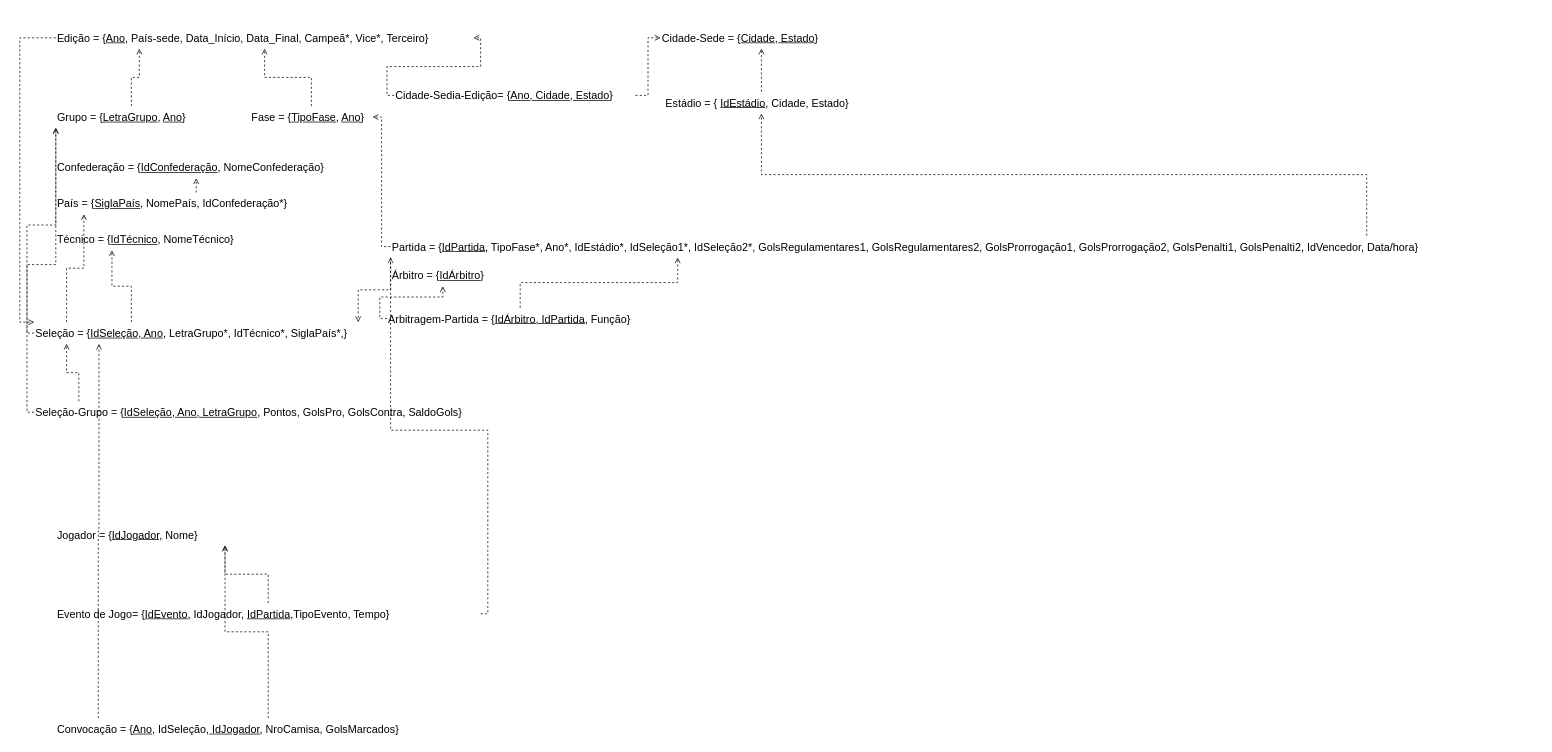
Before: diagramas/02.Relacional.drawio in GUUDIN/bd-copa-do-mundo, a draw.io diagram. Source tidied: cells renumbered, new cells numbered last; positions are measured from the earlier drawing's top-left corner, leaving out a move shared by most shapes. Both pictures are drawn from the tidied source at 72%, with x=0, y=0 at pixel (19, 27).
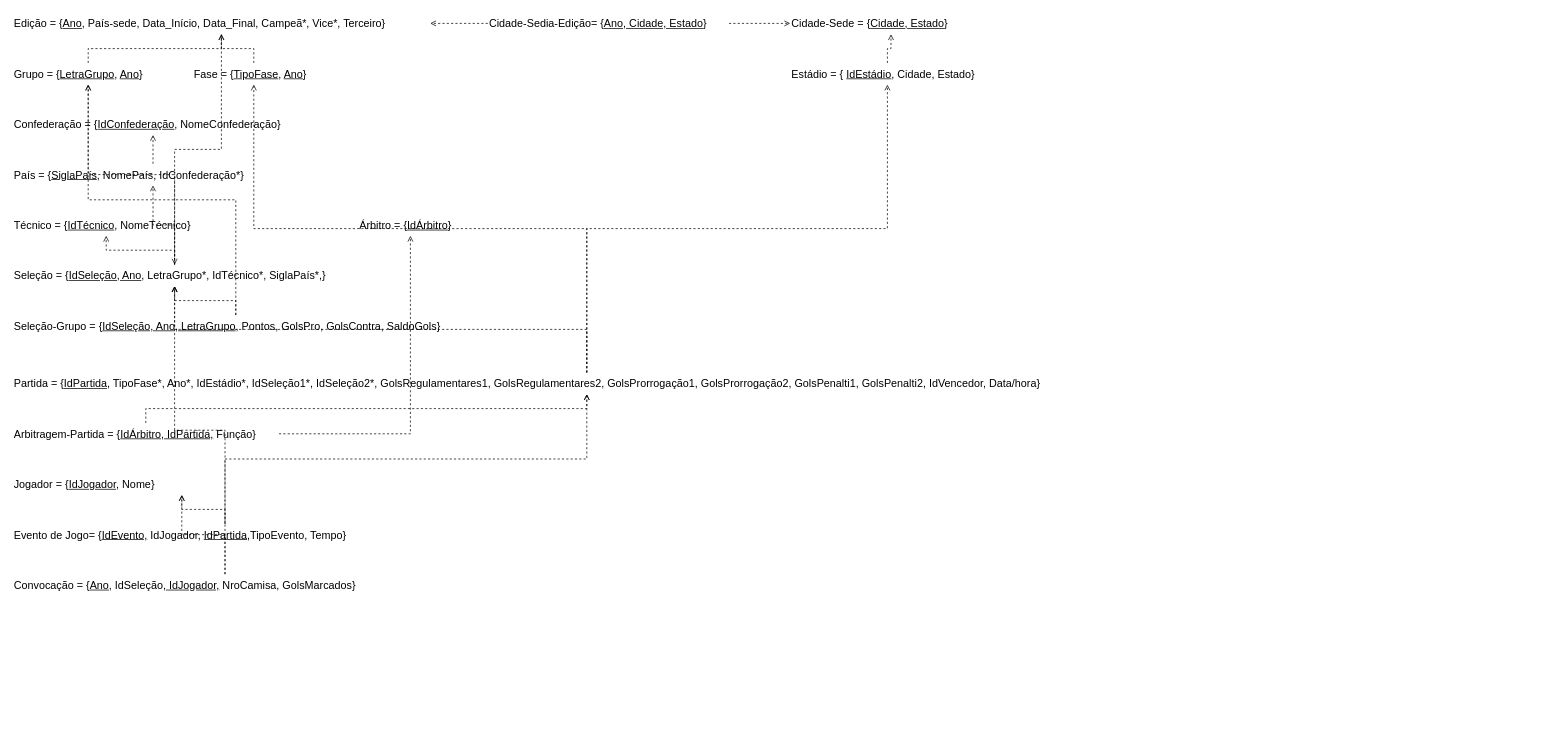
The same diagram, later.

Commit message:
fix: remove pontos de conexão fixos e reorganiza layout do modelo relacional

Layout limpo em 12 linhas horizontais:
- Linha 1: Edição | Cidade-Sedia-Edição | Cidade-Sede
- Linha 2: Grupo | Fase | Estádio
- Linha 3-7: Confederação → País → Técnico/Árbitro → Seleção → Seleção-Grupo
- Linha 8: Partida (tabela larga)
- Linha 9-12: Arbitragem-Partida → Jogador → Evento de Jogo → Convocação

Remove exitX/exitY/entryX/entryY das arestas — roteamento automático
garante consistência entre draw.io web e export PNG.

Diff of the diagram source:
```diff
@@
     <mxCell id="2" value="&lt;font style=&quot;font-size: 15px;&quot;&gt;Edição = {&lt;u&gt;Ano,&lt;/u&gt; País-sede, Data_Início, Data_Final, Campeã*, Vice*, Terceiro}&amp;nbsp;&lt;/font&gt;" style="text;html=1;whiteSpace=wrap;strokeColor=none;fillColor=none;align=left;verticalAlign=middle;rounded=0;fontFamily=Helvetica;fontSize=11;labelBackgroundColor=none;" parent="1" vertex="1">
-      <mxGeometry x="50" width="580" height="30" as="geometry" />
+      <mxGeometry x="-10" y="-20" width="580" height="30" as="geometry" />
     </mxCell>
+    <mxCell id="15" value="&lt;font style=&quot;font-size: 15px;&quot;&gt;Cidade-Sedia-Edição= {&lt;u&gt;Ano, Cidade, Estado&lt;/u&gt;}&amp;nbsp;&lt;/font&gt;" style="text;html=1;whiteSpace=wrap;strokeColor=none;fillColor=none;align=left;verticalAlign=middle;rounded=0;fontFamily=Helvetica;fontSize=11;labelBackgroundColor=none;" parent="1" vertex="1">
+      <mxGeometry x="650" y="-20" width="335" height="30" as="geometry" />
+    </mxCell>
     <mxCell id="3" value="&lt;font style=&quot;font-size: 15px;&quot;&gt;Cidade-Sede = {&lt;u&gt;Cidade, Estado&lt;/u&gt;}&amp;nbsp;&lt;/font&gt;" style="text;html=1;whiteSpace=wrap;strokeColor=none;fillColor=none;align=left;verticalAlign=middle;rounded=0;fontFamily=Helvetica;fontSize=11;labelBackgroundColor=none;" parent="1" vertex="1">
-      <mxGeometry x="890" width="280" height="30" as="geometry" />
+      <mxGeometry x="1070" y="-20" width="280" height="30" as="geometry" />
     </mxCell>
+    <mxCell id="6" value="&lt;font style=&quot;font-size: 15px;&quot;&gt;Grupo = {&lt;u&gt;LetraGrupo&lt;/u&gt;, &lt;u&gt;Ano&lt;/u&gt;}&amp;nbsp;&lt;/font&gt;" style="text;html=1;whiteSpace=wrap;strokeColor=none;fillColor=none;align=left;verticalAlign=middle;rounded=0;fontFamily=Helvetica;fontSize=11;labelBackgroundColor=none;" parent="1" vertex="1">
+      <mxGeometry x="-10" y="50" width="210" height="30" as="geometry" />
+    </mxCell>
+    <mxCell id="5" value="&lt;font style=&quot;font-size: 15px;&quot;&gt;Fase = {&lt;u&gt;TipoFase&lt;/u&gt;, &lt;u&gt;Ano&lt;/u&gt;}&amp;nbsp;&lt;/font&gt;" style="text;html=1;whiteSpace=wrap;strokeColor=none;fillColor=none;align=left;verticalAlign=middle;rounded=0;fontFamily=Helvetica;fontSize=11;labelBackgroundColor=none;" parent="1" vertex="1">
+      <mxGeometry x="240" y="50" width="170" height="30" as="geometry" />
+    </mxCell>
     <mxCell id="4" value="&lt;font style=&quot;font-size: 15px;&quot;&gt;Estádio = { &lt;u&gt;IdEstádio&lt;/u&gt;, Cidade, Estado}&lt;/font&gt;" style="text;html=1;whiteSpace=wrap;strokeColor=none;fillColor=none;align=left;verticalAlign=middle;rounded=0;fontFamily=Helvetica;fontSize=11;labelBackgroundColor=none;" parent="1" vertex="1">
-      <mxGeometry x="895" y="90" width="270" height="30" as="geometry" />
+      <mxGeometry x="1070" y="50" width="270" height="30" as="geometry" />
     </mxCell>
-    <mxCell id="5" value="&lt;font style=&quot;font-size: 15px;&quot;&gt;Fase = {&lt;u&gt;TipoFase&lt;/u&gt;, &lt;u&gt;Ano&lt;/u&gt;}&amp;nbsp;&lt;/font&gt;" style="text;html=1;whiteSpace=wrap;strokeColor=none;fillColor=none;align=left;verticalAlign=middle;rounded=0;fontFamily=Helvetica;fontSize=11;labelBackgroundColor=none;" parent="1" vertex="1">
-      <mxGeometry x="320" y="110" width="170" height="30" as="geometry" />
-    </mxCell>
-    <mxCell id="6" value="&lt;font style=&quot;font-size: 15px;&quot;&gt;Grupo = {&lt;u&gt;LetraGrupo&lt;/u&gt;, &lt;u&gt;Ano&lt;/u&gt;}&amp;nbsp;&lt;/font&gt;" style="text;html=1;whiteSpace=wrap;strokeColor=none;fillColor=none;align=left;verticalAlign=middle;rounded=0;fontFamily=Helvetica;fontSize=11;labelBackgroundColor=none;" parent="1" vertex="1">
-      <mxGeometry x="50" y="110" width="210" height="30" as="geometry" />
-    </mxCell>
     <mxCell id="7" value="&lt;font style=&quot;font-size: 15px;&quot;&gt;Confederação = {&lt;u&gt;IdConfederação&lt;/u&gt;, NomeConfederação}&amp;nbsp;&lt;/font&gt;" style="text;html=1;whiteSpace=wrap;strokeColor=none;fillColor=none;align=left;verticalAlign=middle;rounded=0;fontFamily=Helvetica;fontSize=11;labelBackgroundColor=none;" parent="1" vertex="1">
-      <mxGeometry x="50" y="180" width="390" height="30" as="geometry" />
+      <mxGeometry x="-10" y="120" width="390" height="30" as="geometry" />
     </mxCell>
     <mxCell id="8" value="&lt;font style=&quot;font-size: 15px;&quot;&gt;País = {&lt;u&gt;SiglaPaís&lt;/u&gt;, NomePaís, IdConfederação*}&amp;nbsp;&lt;/font&gt;" style="text;html=1;whiteSpace=wrap;strokeColor=none;fillColor=none;align=left;verticalAlign=middle;rounded=0;fontFamily=Helvetica;fontSize=11;labelBackgroundColor=none;" parent="1" vertex="1">
-      <mxGeometry x="50" y="230" width="390" height="30" as="geometry" />
+      <mxGeometry x="-10" y="190" width="390" height="30" as="geometry" />
     </mxCell>
     <mxCell id="9" value="&lt;font style=&quot;font-size: 15px;&quot;&gt;Técnico = {&lt;u&gt;IdTécnico&lt;/u&gt;, NomeTécnico}&amp;nbsp;&lt;/font&gt;" style="text;html=1;whiteSpace=wrap;strokeColor=none;fillColor=none;align=left;verticalAlign=middle;rounded=0;fontFamily=Helvetica;fontSize=11;labelBackgroundColor=none;" parent="1" vertex="1">
-      <mxGeometry x="50" y="280" width="260" height="30" as="geometry" />
+      <mxGeometry x="-10" y="260" width="260" height="30" as="geometry" />
     </mxCell>
+    <mxCell id="12" value="&lt;font style=&quot;font-size: 15px;&quot;&gt;Árbitro = {&lt;u&gt;IdÁrbitro&lt;/u&gt;}&amp;nbsp;&lt;/font&gt;" style="text;html=1;whiteSpace=wrap;strokeColor=none;fillColor=none;align=left;verticalAlign=middle;rounded=0;fontFamily=Helvetica;fontSize=11;labelBackgroundColor=none;" parent="1" vertex="1">
+      <mxGeometry x="470" y="260" width="145" height="30" as="geometry" />
+    </mxCell>
     <mxCell id="10" value="&lt;font style=&quot;font-size: 15px;&quot;&gt;Seleção = {&lt;u&gt;IdSeleção, Ano&lt;/u&gt;, LetraGrupo*, IdTécnico*,  SiglaPaís*,}&amp;nbsp;&lt;/font&gt;" style="text;html=1;whiteSpace=wrap;strokeColor=none;fillColor=none;align=left;verticalAlign=middle;rounded=0;fontFamily=Helvetica;fontSize=11;labelBackgroundColor=none;" parent="1" vertex="1">
-      <mxGeometry x="20" y="410" width="450" height="30" as="geometry" />
+      <mxGeometry x="-10" y="330" width="450" height="30" as="geometry" />
     </mxCell>
     <mxCell id="11" value="&lt;font style=&quot;font-size: 15px;&quot;&gt;Seleção-Grupo = {&lt;u&gt;IdSeleção, Ano, LetraGrupo&lt;/u&gt;, Pontos, GolsPro, GolsContra, SaldoGols}&amp;nbsp;&lt;/font&gt;" style="text;html=1;whiteSpace=wrap;strokeColor=none;fillColor=none;align=left;verticalAlign=middle;rounded=0;fontFamily=Helvetica;fontSize=11;labelBackgroundColor=none;" parent="1" vertex="1">
-      <mxGeometry x="20" y="520" width="620" height="30" as="geometry" />
+      <mxGeometry x="-10" y="400" width="620" height="30" as="geometry" />
     </mxCell>
-    <mxCell id="12" value="&lt;font style=&quot;font-size: 15px;&quot;&gt;Árbitro = {&lt;u&gt;IdÁrbitro&lt;/u&gt;}&amp;nbsp;&lt;/font&gt;" style="text;html=1;whiteSpace=wrap;strokeColor=none;fillColor=none;align=left;verticalAlign=middle;rounded=0;fontFamily=Helvetica;fontSize=11;labelBackgroundColor=none;" parent="1" vertex="1">
-      <mxGeometry x="515" y="330" width="145" height="30" as="geometry" />
-    </mxCell>
     <mxCell id="13" value="&lt;font style=&quot;font-size: 15px;&quot;&gt;Partida = {&lt;u&gt;IdPartida,&lt;/u&gt; TipoFase*, Ano*, IdEstádio*, IdSeleção1*, IdSeleção2*, GolsRegulamentares1, GolsRegulamentares2, GolsProrrogação1, GolsProrrogação2, GolsPenalti1, GolsPenalti2, IdVencedor, Data/hora}&amp;nbsp;&lt;/font&gt;" style="text;html=1;whiteSpace=wrap;strokeColor=none;fillColor=none;align=left;verticalAlign=middle;rounded=0;fontFamily=Helvetica;fontSize=11;labelBackgroundColor=none;" parent="1" vertex="1">
-      <mxGeometry x="515" y="290" width="1595" height="30" as="geometry" />
+      <mxGeometry x="-10" y="480" width="1595" height="30" as="geometry" />
     </mxCell>
     <mxCell id="14" value="&lt;font style=&quot;font-size: 15px;&quot;&gt;Arbitragem-Partida = {&lt;u&gt;IdÁrbitro, IdPartida,&lt;/u&gt;&amp;nbsp;Função}&amp;nbsp;&lt;/font&gt;" style="text;html=1;whiteSpace=wrap;strokeColor=none;fillColor=none;align=left;verticalAlign=middle;rounded=0;fontFamily=Helvetica;fontSize=11;labelBackgroundColor=none;" parent="1" vertex="1">
-      <mxGeometry x="510" y="390" width="370" height="30" as="geometry" />
+      <mxGeometry x="-10" y="550" width="370" height="30" as="geometry" />
     </mxCell>
-    <mxCell id="15" value="&lt;font style=&quot;font-size: 15px;&quot;&gt;Cidade-Sedia-Edição= {&lt;u&gt;Ano, Cidade, Estado&lt;/u&gt;}&amp;nbsp;&lt;/font&gt;" style="text;html=1;whiteSpace=wrap;strokeColor=none;fillColor=none;align=left;verticalAlign=middle;rounded=0;fontFamily=Helvetica;fontSize=11;labelBackgroundColor=none;" parent="1" vertex="1">
-      <mxGeometry x="520" y="80" width="335" height="30" as="geometry" />
-    </mxCell>
     <mxCell id="16" value="&lt;font style=&quot;font-size: 15px;&quot;&gt;Jogador = {&lt;u&gt;IdJogador,&lt;/u&gt; Nome}&amp;nbsp;&lt;/font&gt;" style="text;html=1;whiteSpace=wrap;strokeColor=none;fillColor=none;align=left;verticalAlign=middle;rounded=0;fontFamily=Helvetica;fontSize=11;labelBackgroundColor=none;" parent="1" vertex="1">
-      <mxGeometry x="50" y="690" width="470" height="30" as="geometry" />
+      <mxGeometry x="-10" y="620" width="470" height="30" as="geometry" />
     </mxCell>
     <mxCell id="17" value="&lt;font style=&quot;font-size: 15px;&quot;&gt;Evento de Jogo= {&lt;u&gt;IdEvento,&lt;/u&gt;&amp;nbsp;IdJogador,&amp;nbsp;&lt;u&gt;IdPartida,&lt;/u&gt;TipoEvento, Tempo}&amp;nbsp;&lt;/font&gt;" style="text;html=1;whiteSpace=wrap;strokeColor=none;fillColor=none;align=left;verticalAlign=middle;rounded=0;fontFamily=Helvetica;fontSize=11;labelBackgroundColor=none;" parent="1" vertex="1">
-      <mxGeometry x="50" y="800" width="590" height="30" as="geometry" />
+      <mxGeometry x="-10" y="690" width="590" height="30" as="geometry" />
     </mxCell>
     <mxCell id="18" value="&lt;font style=&quot;font-size: 15px;&quot;&gt;Convocação = {&lt;u&gt;Ano,&lt;/u&gt; IdSeleção,&lt;u&gt; IdJogador,&lt;/u&gt;&amp;nbsp;NroCamisa, GolsMarcados}&amp;nbsp;&lt;/font&gt;" style="text;html=1;whiteSpace=wrap;strokeColor=none;fillColor=none;align=left;verticalAlign=middle;rounded=0;fontFamily=Helvetica;fontSize=11;labelBackgroundColor=none;" parent="1" vertex="1">
-      <mxGeometry x="50" y="960" width="590" height="30" as="geometry" />
+      <mxGeometry x="-10" y="760" width="590" height="30" as="geometry" />
     </mxCell>
-    <mxCell id="19" style="edgeStyle=orthogonalEdgeStyle;rounded=0;dashed=1;endArrow=open;endFill=0;fontSize=10;exitX=0.5;exitY=0;exitDx=0;exitDy=0;entryX=0.5;entryY=1;entryDx=0;entryDy=0;" parent="1" edge="1" source="8" target="7">
+    <mxCell id="19" style="edgeStyle=orthogonalEdgeStyle;rounded=0;dashed=1;endArrow=open;endFill=0;fontSize=10;" parent="1" edge="1" source="8" target="7">
       <mxGeometry relative="1" as="geometry" />
     </mxCell>
-    <mxCell id="20" style="edgeStyle=orthogonalEdgeStyle;rounded=0;dashed=1;endArrow=open;endFill=0;fontSize=10;exitX=0.1;exitY=0;exitDx=0;exitDy=0;entryX=0.1;entryY=1;entryDx=0;entryDy=0;" parent="1" edge="1" source="10" target="8">
+    <mxCell id="20" style="edgeStyle=orthogonalEdgeStyle;rounded=0;dashed=1;endArrow=open;endFill=0;fontSize=10;" parent="1" edge="1" source="10" target="8">
       <mxGeometry relative="1" as="geometry" />
     </mxCell>
-    <mxCell id="21" style="edgeStyle=orthogonalEdgeStyle;rounded=0;dashed=1;endArrow=open;endFill=0;fontSize=10;exitX=0.3;exitY=0;exitDx=0;exitDy=0;entryX=0.3;entryY=1;entryDx=0;entryDy=0;" parent="1" edge="1" source="10" target="9">
+    <mxCell id="21" style="edgeStyle=orthogonalEdgeStyle;rounded=0;dashed=1;endArrow=open;endFill=0;fontSize=10;" parent="1" edge="1" source="10" target="9">
       <mxGeometry relative="1" as="geometry" />
     </mxCell>
-    <mxCell id="22" style="edgeStyle=orthogonalEdgeStyle;rounded=0;dashed=1;endArrow=open;endFill=0;fontSize=10;exitX=0;exitY=0.5;exitDx=0;exitDy=0;entryX=0;entryY=1;entryDx=0;entryDy=0;" parent="1" edge="1" source="10" target="6">
+    <mxCell id="22" style="edgeStyle=orthogonalEdgeStyle;rounded=0;dashed=1;endArrow=open;endFill=0;fontSize=10;" parent="1" edge="1" source="10" target="6">
       <mxGeometry relative="1" as="geometry" />
     </mxCell>
-    <mxCell id="23" style="edgeStyle=orthogonalEdgeStyle;rounded=0;dashed=1;endArrow=open;endFill=0;fontSize=10;exitX=0.5;exitY=0;exitDx=0;exitDy=0;entryX=0.2;entryY=1;entryDx=0;entryDy=0;" parent="1" edge="1" source="6" target="2">
+    <mxCell id="23" style="edgeStyle=orthogonalEdgeStyle;rounded=0;dashed=1;endArrow=open;endFill=0;fontSize=10;" parent="1" edge="1" source="6" target="2">
       <mxGeometry relative="1" as="geometry" />
     </mxCell>
-    <mxCell id="24" style="edgeStyle=orthogonalEdgeStyle;rounded=0;dashed=1;endArrow=open;endFill=0;fontSize=10;exitX=0.5;exitY=0;exitDx=0;exitDy=0;entryX=0.5;entryY=1;entryDx=0;entryDy=0;" parent="1" edge="1" source="5" target="2">
+    <mxCell id="24" style="edgeStyle=orthogonalEdgeStyle;rounded=0;dashed=1;endArrow=open;endFill=0;fontSize=10;" parent="1" edge="1" source="5" target="2">
       <mxGeometry relative="1" as="geometry" />
     </mxCell>
-    <mxCell id="25" style="edgeStyle=orthogonalEdgeStyle;rounded=0;dashed=1;endArrow=open;endFill=0;fontSize=10;exitX=0;exitY=0.5;exitDx=0;exitDy=0;entryX=1;entryY=0.5;entryDx=0;entryDy=0;" parent="1" edge="1" source="15" target="2">
+    <mxCell id="25" style="edgeStyle=orthogonalEdgeStyle;rounded=0;dashed=1;endArrow=open;endFill=0;fontSize=10;" parent="1" edge="1" source="15" target="2">
       <mxGeometry relative="1" as="geometry" />
     </mxCell>
-    <mxCell id="26" style="edgeStyle=orthogonalEdgeStyle;rounded=0;dashed=1;endArrow=open;endFill=0;fontSize=10;exitX=1;exitY=0.5;exitDx=0;exitDy=0;entryX=0;entryY=0.5;entryDx=0;entryDy=0;" parent="1" edge="1" source="15" target="3">
+    <mxCell id="26" style="edgeStyle=orthogonalEdgeStyle;rounded=0;dashed=1;endArrow=open;endFill=0;fontSize=10;" parent="1" edge="1" source="15" target="3">
       <mxGeometry relative="1" as="geometry" />
     </mxCell>
-    <mxCell id="27" style="edgeStyle=orthogonalEdgeStyle;rounded=0;dashed=1;endArrow=open;endFill=0;fontSize=10;exitX=0.5;exitY=0;exitDx=0;exitDy=0;entryX=0.5;entryY=1;entryDx=0;entryDy=0;" parent="1" edge="1" source="4" target="3">
+    <mxCell id="27" style="edgeStyle=orthogonalEdgeStyle;rounded=0;dashed=1;endArrow=open;endFill=0;fontSize=10;" parent="1" edge="1" source="4" target="3">
       <mxGeometry relative="1" as="geometry" />
     </mxCell>
-    <mxCell id="28" style="edgeStyle=orthogonalEdgeStyle;rounded=0;dashed=1;endArrow=open;endFill=0;fontSize=10;exitX=0.1;exitY=0;exitDx=0;exitDy=0;entryX=0.1;entryY=1;entryDx=0;entryDy=0;" parent="1" edge="1" source="11" target="10">
+    <mxCell id="28" style="edgeStyle=orthogonalEdgeStyle;rounded=0;dashed=1;endArrow=open;endFill=0;fontSize=10;" parent="1" edge="1" source="11" target="10">
       <mxGeometry relative="1" as="geometry" />
     </mxCell>
-    <mxCell id="29" style="edgeStyle=orthogonalEdgeStyle;rounded=0;dashed=1;endArrow=open;endFill=0;fontSize=10;exitX=0;exitY=0.5;exitDx=0;exitDy=0;entryX=0;entryY=1;entryDx=0;entryDy=0;" parent="1" edge="1" source="11" target="6">
+    <mxCell id="29" style="edgeStyle=orthogonalEdgeStyle;rounded=0;dashed=1;endArrow=open;endFill=0;fontSize=10;" parent="1" edge="1" source="11" target="6">
       <mxGeometry relative="1" as="geometry" />
     </mxCell>
-    <mxCell id="30" style="edgeStyle=orthogonalEdgeStyle;rounded=0;dashed=1;endArrow=open;endFill=0;fontSize=10;exitX=0.1;exitY=0;exitDx=0;exitDy=0;entryX=0.1;entryY=1;entryDx=45;entryDy=0;" parent="1" edge="1" source="18" target="10">
+    <mxCell id="30" style="edgeStyle=orthogonalEdgeStyle;rounded=0;dashed=1;endArrow=open;endFill=0;fontSize=10;" parent="1" edge="1" source="18" target="10">
       <mxGeometry relative="1" as="geometry" />
     </mxCell>
-    <mxCell id="31" style="edgeStyle=orthogonalEdgeStyle;rounded=0;dashed=1;endArrow=open;endFill=0;fontSize=10;exitX=0.5;exitY=0;exitDx=0;exitDy=0;entryX=0.5;entryY=1;entryDx=0;entryDy=0;" parent="1" edge="1" source="18" target="16">
+    <mxCell id="31" style="edgeStyle=orthogonalEdgeStyle;rounded=0;dashed=1;endArrow=open;endFill=0;fontSize=10;" parent="1" edge="1" source="18" target="16">
       <mxGeometry relative="1" as="geometry" />
     </mxCell>
-    <mxCell id="32" style="edgeStyle=orthogonalEdgeStyle;rounded=0;dashed=1;endArrow=open;endFill=0;fontSize=10;exitX=0;exitY=0.5;exitDx=0;exitDy=0;entryX=1;entryY=0.5;entryDx=0;entryDy=0;" parent="1" edge="1" source="13" target="5">
+    <mxCell id="32" style="edgeStyle=orthogonalEdgeStyle;rounded=0;dashed=1;endArrow=open;endFill=0;fontSize=10;" parent="1" edge="1" source="13" target="5">
       <mxGeometry relative="1" as="geometry" />
     </mxCell>
-    <mxCell id="33" style="edgeStyle=orthogonalEdgeStyle;rounded=0;dashed=1;endArrow=open;endFill=0;fontSize=10;exitX=0.85;exitY=0;exitDx=0;exitDy=0;entryX=0.5;entryY=1;entryDx=0;entryDy=0;" parent="1" edge="1" source="13" target="4">
+    <mxCell id="33" style="edgeStyle=orthogonalEdgeStyle;rounded=0;dashed=1;endArrow=open;endFill=0;fontSize=10;" parent="1" edge="1" source="13" target="4">
       <mxGeometry relative="1" as="geometry" />
     </mxCell>
-    <mxCell id="34" style="edgeStyle=orthogonalEdgeStyle;rounded=0;dashed=1;endArrow=open;endFill=0;fontSize=10;exitX=0;exitY=1;exitDx=0;exitDy=0;entryX=1;entryY=0;entryDx=0;entryDy=0;" parent="1" edge="1" source="13" target="10">
+    <mxCell id="34" style="edgeStyle=orthogonalEdgeStyle;rounded=0;dashed=1;endArrow=open;endFill=0;fontSize=10;" parent="1" edge="1" source="13" target="10">
       <mxGeometry relative="1" as="geometry" />
     </mxCell>
-    <mxCell id="35" style="edgeStyle=orthogonalEdgeStyle;rounded=0;dashed=1;endArrow=open;entryX=0.5;entryY=1;entryDx=0;entryDy=0;exitX=0;exitY=0.5;exitDx=0;exitDy=0;endFill=0;fontSize=10;" parent="1" edge="1" source="14" target="12">
+    <mxCell id="35" style="edgeStyle=orthogonalEdgeStyle;rounded=0;dashed=1;endArrow=open;endFill=0;fontSize=10;" parent="1" edge="1" source="14" target="12">
       <mxGeometry relative="1" as="geometry" />
     </mxCell>
-    <mxCell id="36" style="edgeStyle=orthogonalEdgeStyle;rounded=0;dashed=1;endArrow=open;endFill=0;fontSize=10;exitX=0.5;exitY=0;exitDx=0;exitDy=0;entryX=0.25;entryY=1;entryDx=0;entryDy=0;" parent="1" edge="1" source="14" target="13">
+    <mxCell id="36" style="edgeStyle=orthogonalEdgeStyle;rounded=0;dashed=1;endArrow=open;endFill=0;fontSize=10;" parent="1" edge="1" source="14" target="13">
       <mxGeometry relative="1" as="geometry" />
     </mxCell>
-    <mxCell id="37" style="edgeStyle=orthogonalEdgeStyle;rounded=0;dashed=1;endArrow=open;endFill=0;fontSize=10;exitX=1;exitY=0.5;exitDx=0;exitDy=0;entryX=0;entryY=1;entryDx=0;entryDy=0;" parent="1" edge="1" source="17" target="13">
+    <mxCell id="37" style="edgeStyle=orthogonalEdgeStyle;rounded=0;dashed=1;endArrow=open;endFill=0;fontSize=10;" parent="1" edge="1" source="17" target="13">
       <mxGeometry relative="1" as="geometry" />
     </mxCell>
-    <mxCell id="38" style="edgeStyle=orthogonalEdgeStyle;rounded=0;dashed=1;endArrow=open;endFill=0;fontSize=10;exitX=0.5;exitY=0;exitDx=0;exitDy=0;entryX=0.5;entryY=1;entryDx=0;entryDy=0;" parent="1" edge="1" source="17" target="16">
+    <mxCell id="38" style="edgeStyle=orthogonalEdgeStyle;rounded=0;dashed=1;endArrow=open;endFill=0;fontSize=10;" parent="1" edge="1" source="17" target="16">
       <mxGeometry relative="1" as="geometry" />
     </mxCell>
-    <mxCell id="39" style="edgeStyle=orthogonalEdgeStyle;rounded=0;dashed=1;endArrow=open;endFill=0;fontSize=10;exitX=0;exitY=0.5;exitDx=0;exitDy=0;entryX=0;entryY=0;entryDx=0;entryDy=0;entryPerimeter=0;" parent="1" edge="1" source="2" target="10">
-      <mxGeometry relative="1" as="geometry">
-        <Array as="points">
-          <mxPoint y="15" />
-          <mxPoint y="410" />
-        </Array>
-      </mxGeometry>
+    <mxCell id="39" style="edgeStyle=orthogonalEdgeStyle;rounded=0;dashed=1;endArrow=open;endFill=0;fontSize=10;" parent="1" edge="1" source="2" target="10">
+      <mxGeometry relative="1" as="geometry" />
     </mxCell>
```
